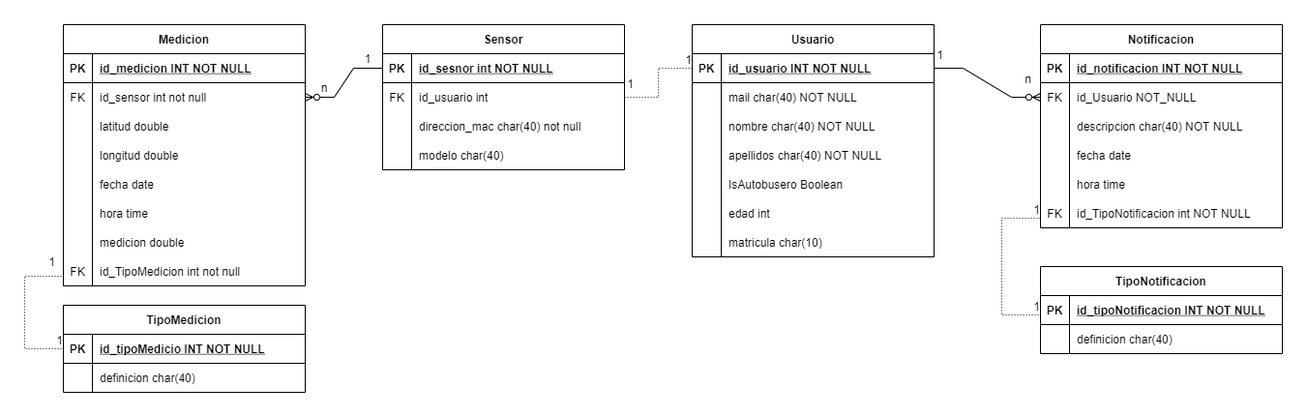
Above: doc/Diseño/Imagenes/DiseñoBD.drawio.png in 3-GTI-ProyectoMedioAmbiente/BackEndRest (draw.io), before the change. Source tidied: cells renumbered, new cells last; positions are measured from the earlier drawing's top-left corner, leaving out a move shared by most shapes.
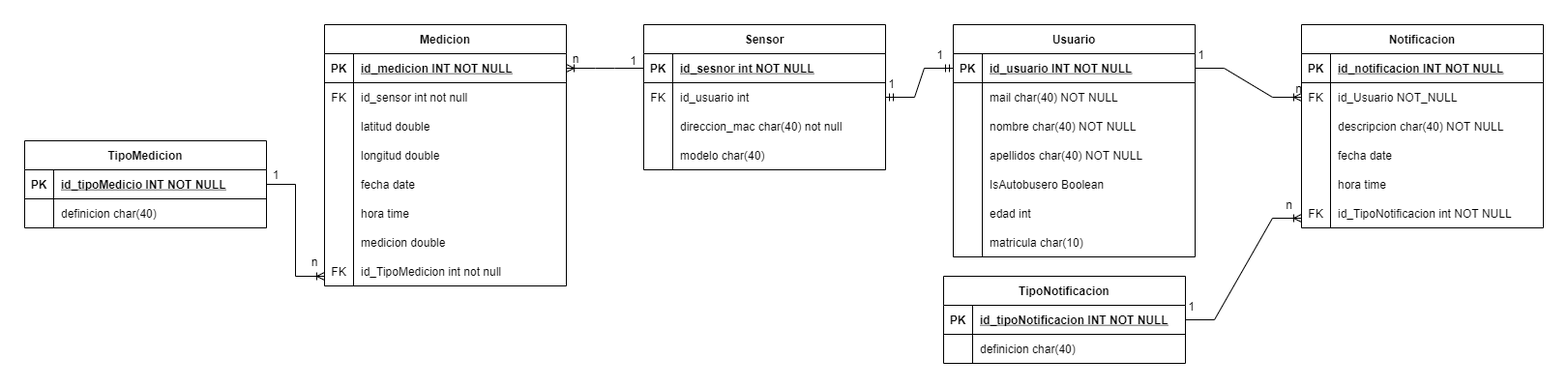
The same diagram one commit later.

What changed in the source:
```diff
@@ -119,26 +119,17 @@
     <mxCell id="40" value="id_TipoMedicion int not null" style="shape=partialRectangle;overflow=hidden;fillColor=none;top=0;left=0;bottom=0;right=0;align=left;spacingLeft=6;" parent="1" vertex="1">
       <mxGeometry x="70" y="240" width="220" height="30" as="geometry" />
     </mxCell>
-    <mxCell id="41" style="edgeStyle=entityRelationEdgeStyle;fontSize=12;html=1;endArrow=ERzeroToMany;endFill=1;rounded=0;exitX=0;exitY=0.5;exitDx=0;exitDy=0;entryX=1;entryY=0.5;entryDx=0;entryDy=0;" parent="1" edge="1" source="3" target="19">
-      <mxGeometry relative="1" as="geometry" />
-    </mxCell>
-    <mxCell id="42" style="endArrow=none;html=1;rounded=0;dashed=1;dashPattern=1 2;edgeStyle=orthogonalEdgeStyle;exitX=1;exitY=0.5;exitDx=0;exitDy=0;" parent="1" edge="1" source="6" target="23">
-      <mxGeometry relative="1" as="geometry" />
-    </mxCell>
-    <mxCell id="43" value="1" style="html=1;align=right;verticalAlign=bottom;" parent="42" vertex="1">
-      <mxGeometry x="1" relative="1" as="geometry" />
-    </mxCell>
     <mxCell id="44" value="1" style="text;html=1;strokeColor=none;fillColor=none;align=center;verticalAlign=middle;whiteSpace=wrap;rounded=0;" parent="1" vertex="1">
-      <mxGeometry x="345" y="30" width="20" height="10" as="geometry" />
+      <mxGeometry x="-20" y="150" width="20" height="10" as="geometry" />
     </mxCell>
     <mxCell id="45" value="n" style="text;html=1;strokeColor=none;fillColor=none;align=center;verticalAlign=middle;whiteSpace=wrap;rounded=0;" parent="1" vertex="1">
-      <mxGeometry x="300" y="60" width="20" height="10" as="geometry" />
+      <mxGeometry x="290" y="30" width="20" height="10" as="geometry" />
     </mxCell>
     <mxCell id="46" value="1" style="html=1;align=right;verticalAlign=bottom;" parent="1" vertex="1">
       <mxGeometry x="630" y="70" as="geometry" />
     </mxCell>
     <mxCell id="47" value="TipoMedicion" style="shape=table;startSize=30;rowLines=0;fontStyle=1;align=center;" parent="1" vertex="1">
-      <mxGeometry x="40" y="290" width="250" height="90" as="geometry" />
+      <mxGeometry x="-270" y="120" width="250" height="90" as="geometry" />
     </mxCell>
     <mxCell id="48" style="shape=partialRectangle;fillColor=none;points=[[0,0.5],[1,0.5]];portConstraint=eastwest;top=0;left=0;right=0;bottom=1;" parent="47" vertex="1">
       <mxGeometry y="30" width="250" height="30" as="geometry" />
@@ -159,29 +150,11 @@
       <mxGeometry x="30" width="220" height="30" as="geometry" />
     </mxCell>
     <mxCell id="54" value="definicion char(40)" style="shape=partialRectangle;overflow=hidden;fillColor=none;top=0;left=0;bottom=0;right=0;align=left;spacingLeft=6;" parent="1" vertex="1">
-      <mxGeometry x="70" y="350" width="220" height="30" as="geometry" />
+      <mxGeometry x="-240" y="180" width="220" height="30" as="geometry" />
     </mxCell>
     <mxCell id="55" value="FK" style="shape=partialRectangle;overflow=hidden;fillColor=none;top=0;left=0;bottom=0;right=0;" parent="1" vertex="1">
       <mxGeometry x="40" y="240" width="30" height="30" as="geometry" />
     </mxCell>
-    <mxCell id="56" style="endArrow=none;html=1;rounded=0;dashed=1;dashPattern=1 2;edgeStyle=orthogonalEdgeStyle;entryX=0;entryY=0.5;entryDx=0;entryDy=0;" parent="1" edge="1" target="48">
-      <mxGeometry relative="1" as="geometry">
-        <mxPoint x="40" y="250" as="sourcePoint" />
-        <Array as="points">
-          <mxPoint x="40" y="260" />
-          <mxPoint y="260" />
-          <mxPoint y="335" />
-        </Array>
-      </mxGeometry>
-    </mxCell>
-    <mxCell id="57" value="1" style="html=1;align=right;verticalAlign=bottom;" parent="56" vertex="1">
-      <mxGeometry x="1" relative="1" as="geometry" />
-    </mxCell>
-    <mxCell id="58" value="1" style="html=1;align=right;verticalAlign=bottom;" parent="1" vertex="1">
-      <mxGeometry x="640" y="80" as="geometry">
-        <mxPoint x="-608" y="174" as="offset" />
-      </mxGeometry>
-    </mxCell>
     <mxCell id="59" value="Notificacion" style="shape=table;startSize=30;rowLines=0;fontStyle=1;align=center;" parent="1" vertex="1">
       <mxGeometry x="1050" width="250" height="210" as="geometry" />
     </mxCell>
@@ -218,14 +191,11 @@
     <mxCell id="70" value="modelo char(40)" style="shape=partialRectangle;overflow=hidden;fillColor=none;top=0;left=0;bottom=0;right=0;align=left;spacingLeft=6;" parent="1" vertex="1">
       <mxGeometry x="400" y="120" width="220" height="30" as="geometry" />
     </mxCell>
-    <mxCell id="71" style="edgeStyle=entityRelationEdgeStyle;fontSize=12;html=1;endArrow=ERzeroToMany;endFill=1;rounded=0;exitX=1;exitY=0.5;exitDx=0;exitDy=0;entryX=0;entryY=0.5;entryDx=0;entryDy=0;" parent="1" edge="1" source="23" target="63">
-      <mxGeometry relative="1" as="geometry" />
-    </mxCell>
     <mxCell id="72" value="descripcion char(40) NOT NULL" style="shape=partialRectangle;overflow=hidden;fillColor=none;top=0;left=0;bottom=0;right=0;align=left;spacingLeft=6;" parent="1" vertex="1">
       <mxGeometry x="1080" y="90" width="220" height="30" as="geometry" />
     </mxCell>
     <mxCell id="73" value="TipoNotificacion" style="shape=table;startSize=30;rowLines=0;fontStyle=1;align=center;" parent="1" vertex="1">
-      <mxGeometry x="1050" y="250" width="250" height="90" as="geometry" />
+      <mxGeometry x="680" y="260" width="250" height="90" as="geometry" />
     </mxCell>
     <mxCell id="74" style="shape=partialRectangle;fillColor=none;points=[[0,0.5],[1,0.5]];portConstraint=eastwest;top=0;left=0;right=0;bottom=1;" parent="73" vertex="1">
       <mxGeometry y="30" width="250" height="30" as="geometry" />
@@ -246,38 +216,56 @@
       <mxGeometry x="30" width="220" height="30" as="geometry" />
     </mxCell>
     <mxCell id="80" value="definicion char(40)" style="shape=partialRectangle;overflow=hidden;fillColor=none;top=0;left=0;bottom=0;right=0;align=left;spacingLeft=6;" parent="1" vertex="1">
-      <mxGeometry x="1080" y="310" width="220" height="30" as="geometry" />
+      <mxGeometry x="710" y="320" width="220" height="30" as="geometry" />
     </mxCell>
-    <mxCell id="81" style="endArrow=none;html=1;rounded=0;dashed=1;dashPattern=1 2;edgeStyle=orthogonalEdgeStyle;entryX=0;entryY=0.5;entryDx=0;entryDy=0;" parent="1" edge="1">
-      <mxGeometry relative="1" as="geometry">
-        <mxPoint x="1050" y="185" as="sourcePoint" />
-        <mxPoint x="1050" y="270" as="targetPoint" />
-        <Array as="points">
-          <mxPoint x="1050" y="200" />
-          <mxPoint x="1010" y="200" />
-          <mxPoint x="1010" y="300" />
-          <mxPoint x="1050" y="300" />
-        </Array>
-      </mxGeometry>
-    </mxCell>
-    <mxCell id="82" value="1" style="html=1;align=right;verticalAlign=bottom;" parent="81" vertex="1">
-      <mxGeometry x="1" relative="1" as="geometry">
-        <mxPoint y="30" as="offset" />
-      </mxGeometry>
-    </mxCell>
     <mxCell id="83" value="FK" style="shape=partialRectangle;overflow=hidden;fillColor=none;top=0;left=0;bottom=0;right=0;" parent="1" vertex="1">
       <mxGeometry x="1050" y="180" width="30" height="30" as="geometry" />
     </mxCell>
-    <mxCell id="84" value="1" style="html=1;align=right;verticalAlign=bottom;" parent="1" vertex="1">
-      <mxGeometry x="1050" y="200" as="geometry" />
-    </mxCell>
     <mxCell id="85" value="1" style="html=1;align=right;verticalAlign=bottom;" parent="1" vertex="1">
       <mxGeometry x="950" y="40" as="geometry" />
     </mxCell>
     <mxCell id="86" value="n" style="html=1;align=right;verticalAlign=bottom;" parent="1" vertex="1">
-      <mxGeometry x="1070" y="220" as="geometry">
+      <mxGeometry x="1070" y="350" as="geometry">
         <mxPoint x="-29" y="-155" as="offset" />
       </mxGeometry>
     </mxCell>
+    <mxCell id="87" style="edgeStyle=entityRelationEdgeStyle;fontSize=12;html=1;endArrow=ERoneToMany;rounded=0;exitX=1;exitY=0.5;exitDx=0;exitDy=0;" parent="1" edge="1" source="48">
+      <mxGeometry relative="1" as="geometry">
+        <mxPoint x="40" y="260" as="targetPoint" />
+      </mxGeometry>
+    </mxCell>
+    <mxCell id="88" style="edgeStyle=entityRelationEdgeStyle;fontSize=12;html=1;endArrow=ERoneToMany;rounded=0;exitX=0;exitY=0.5;exitDx=0;exitDy=0;entryX=1;entryY=0.5;entryDx=0;entryDy=0;" parent="1" edge="1" source="3" target="16">
+      <mxGeometry relative="1" as="geometry" />
+    </mxCell>
+    <mxCell id="89" value="n" style="text;html=1;strokeColor=none;fillColor=none;align=center;verticalAlign=middle;whiteSpace=wrap;rounded=0;" parent="1" vertex="1">
+      <mxGeometry x="20" y="240" width="20" height="10" as="geometry" />
+    </mxCell>
+    <mxCell id="71" style="edgeStyle=entityRelationEdgeStyle;fontSize=12;html=1;endArrow=ERoneToMany;rounded=0;entryX=0;entryY=0.5;entryDx=0;entryDy=0;exitX=1;exitY=0.5;exitDx=0;exitDy=0;" parent="1" edge="1" source="23" target="63">
+      <mxGeometry relative="1" as="geometry" />
+    </mxCell>
+    <mxCell id="90" style="edgeStyle=entityRelationEdgeStyle;fontSize=12;html=1;endArrow=ERoneToMany;rounded=0;" parent="1" edge="1" source="74">
+      <mxGeometry relative="1" as="geometry">
+        <mxPoint x="1050" y="200" as="targetPoint" />
+      </mxGeometry>
+    </mxCell>
+    <mxCell id="91" value="n" style="html=1;align=right;verticalAlign=bottom;" parent="1" vertex="1">
+      <mxGeometry x="1080" y="230" as="geometry">
+        <mxPoint x="-29" y="-155" as="offset" />
+      </mxGeometry>
+    </mxCell>
+    <mxCell id="92" value="1" style="html=1;align=right;verticalAlign=bottom;" parent="1" vertex="1">
+      <mxGeometry x="940" y="300" as="geometry" />
+    </mxCell>
+    <mxCell id="42" style="edgeStyle=entityRelationEdgeStyle;fontSize=12;html=1;endArrow=ERmandOne;startArrow=ERmandOne;rounded=0;entryX=0;entryY=0.5;entryDx=0;entryDy=0;exitX=1;exitY=0.5;exitDx=0;exitDy=0;" parent="1" edge="1" source="6" target="23">
+      <mxGeometry relative="1" as="geometry" />
+    </mxCell>
+    <mxCell id="93" value="1" style="html=1;align=right;verticalAlign=bottom;" parent="1" vertex="1">
+      <mxGeometry x="680" y="40" as="geometry" />
+    </mxCell>
+    <mxCell id="94" value="1" style="html=1;align=right;verticalAlign=bottom;" parent="1" vertex="1">
+      <mxGeometry x="690" y="50" as="geometry">
+        <mxPoint x="-327" y="-4" as="offset" />
+      </mxGeometry>
+    </mxCell>
   </root>
 </mxGraphModel>
```
